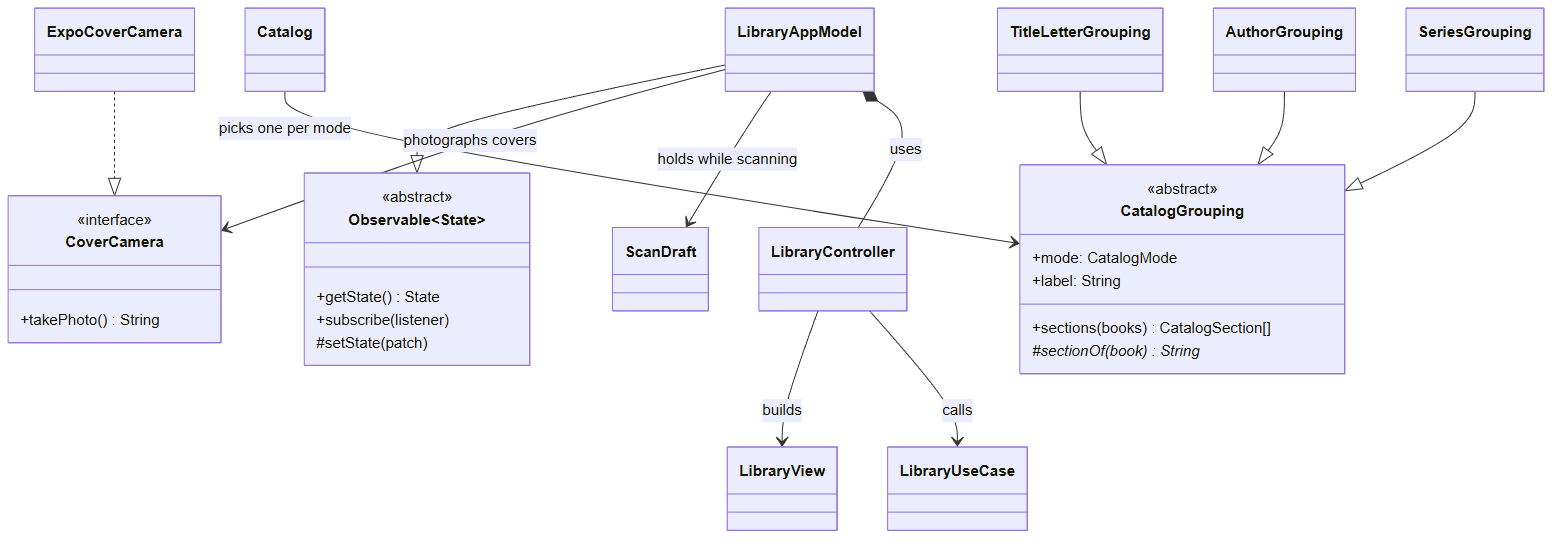
Earlier version of the Mermaid export docs/design/figures/class-presentation.png (ghechavarria/cen5064-project-hechavarria). Its source is kept beside it as docs/design/diagrams/class-presentation.mmd. Its diagram source:
```mermaid
classDiagram
    class Observable~State~ {
        <<abstract>>
        +getState() State
        +subscribe(listener)
        #setState(patch)
    }
    class CoverCamera {
        <<interface>>
        +takePhoto() String
    }
    class CatalogGrouping {
        <<abstract>>
        +mode: CatalogMode
        +label: String
        +sections(books) CatalogSection[]
        #sectionOf(book)* String
    }
    LibraryAppModel --|> Observable~State~
    LibraryAppModel --> CoverCamera : photographs covers
    ExpoCoverCamera ..|> CoverCamera
    LibraryAppModel --> ScanDraft : holds while scanning
    LibraryAppModel *-- LibraryController : uses
    LibraryController --> LibraryView : builds
    LibraryController --> LibraryUseCase : calls
    Catalog --> CatalogGrouping : picks one per mode
    TitleLetterGrouping --|> CatalogGrouping
    AuthorGrouping --|> CatalogGrouping
    SeriesGrouping --|> CatalogGrouping
```
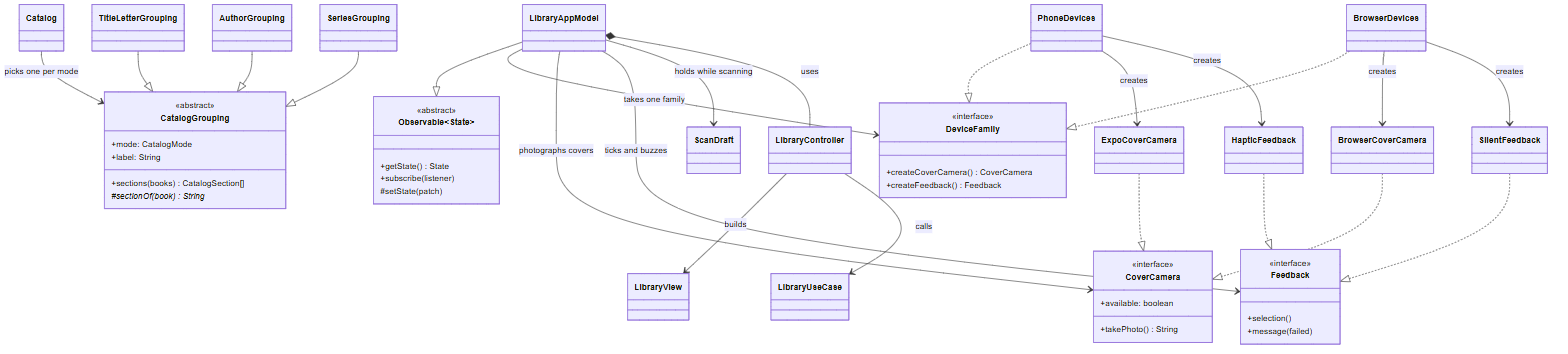
After the commit.

Diff of the diagram source:
```diff
@@ -7,7 +7,18 @@
     }
     class CoverCamera {
         <<interface>>
+        +available: boolean
         +takePhoto() String
+    }
+    class Feedback {
+        <<interface>>
+        +selection()
+        +message(failed)
+    }
+    class DeviceFamily {
+        <<interface>>
+        +createCoverCamera() CoverCamera
+        +createFeedback() Feedback
     }
     class CatalogGrouping {
         <<abstract>>
@@ -17,8 +28,19 @@
         #sectionOf(book)* String
     }
     LibraryAppModel --|> Observable~State~
+    LibraryAppModel --> DeviceFamily : takes one family
     LibraryAppModel --> CoverCamera : photographs covers
+    LibraryAppModel --> Feedback : ticks and buzzes
+    PhoneDevices ..|> DeviceFamily
+    BrowserDevices ..|> DeviceFamily
+    PhoneDevices --> ExpoCoverCamera : creates
+    PhoneDevices --> HapticFeedback : creates
+    BrowserDevices --> BrowserCoverCamera : creates
+    BrowserDevices --> SilentFeedback : creates
     ExpoCoverCamera ..|> CoverCamera
+    BrowserCoverCamera ..|> CoverCamera
+    HapticFeedback ..|> Feedback
+    SilentFeedback ..|> Feedback
     LibraryAppModel --> ScanDraft : holds while scanning
     LibraryAppModel *-- LibraryController : uses
     LibraryController --> LibraryView : builds
```
